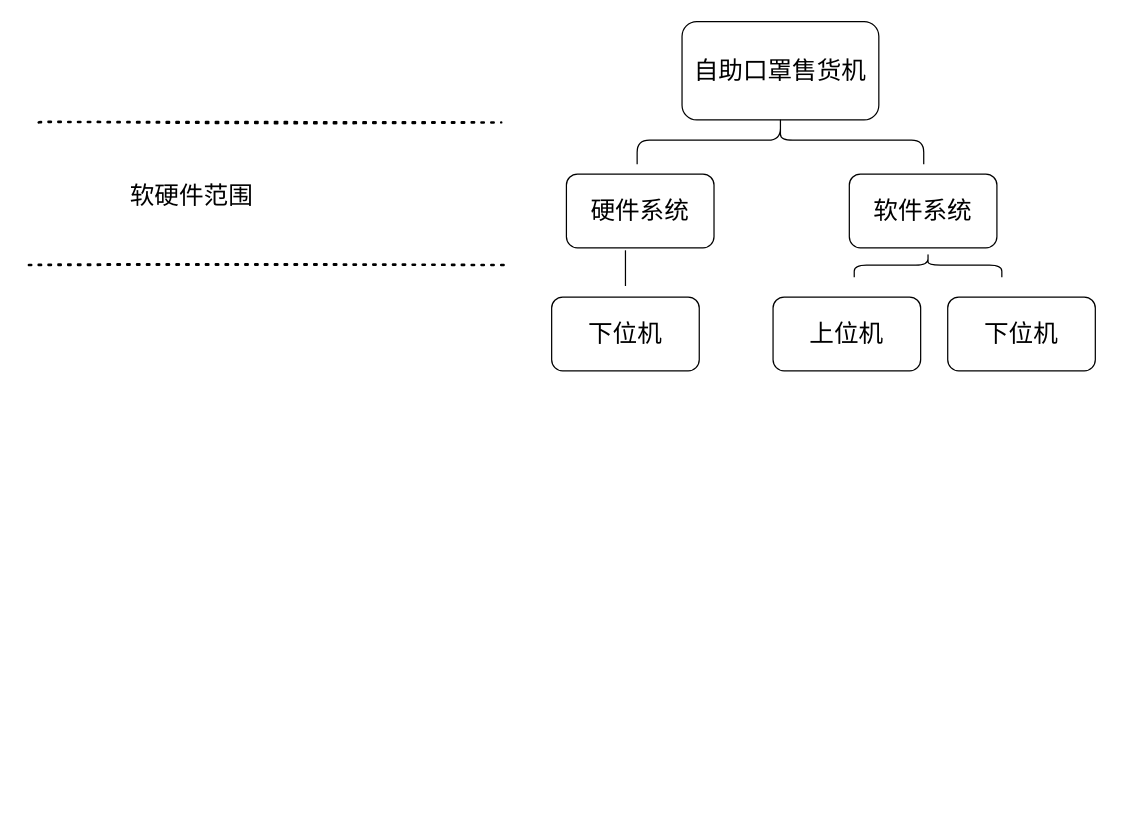
The draw.io diagram 系统模块图.drawio in overjoyedaccckbuby/-, before the edit. Source tidied: cells renumbered, new cells numbered last; positions are measured from the earlier drawing's top-left corner, leaving out a move shared by most shapes. Both pictures are drawn from the tidied source at 123%, with x=0, y=0 at pixel (28, -4).
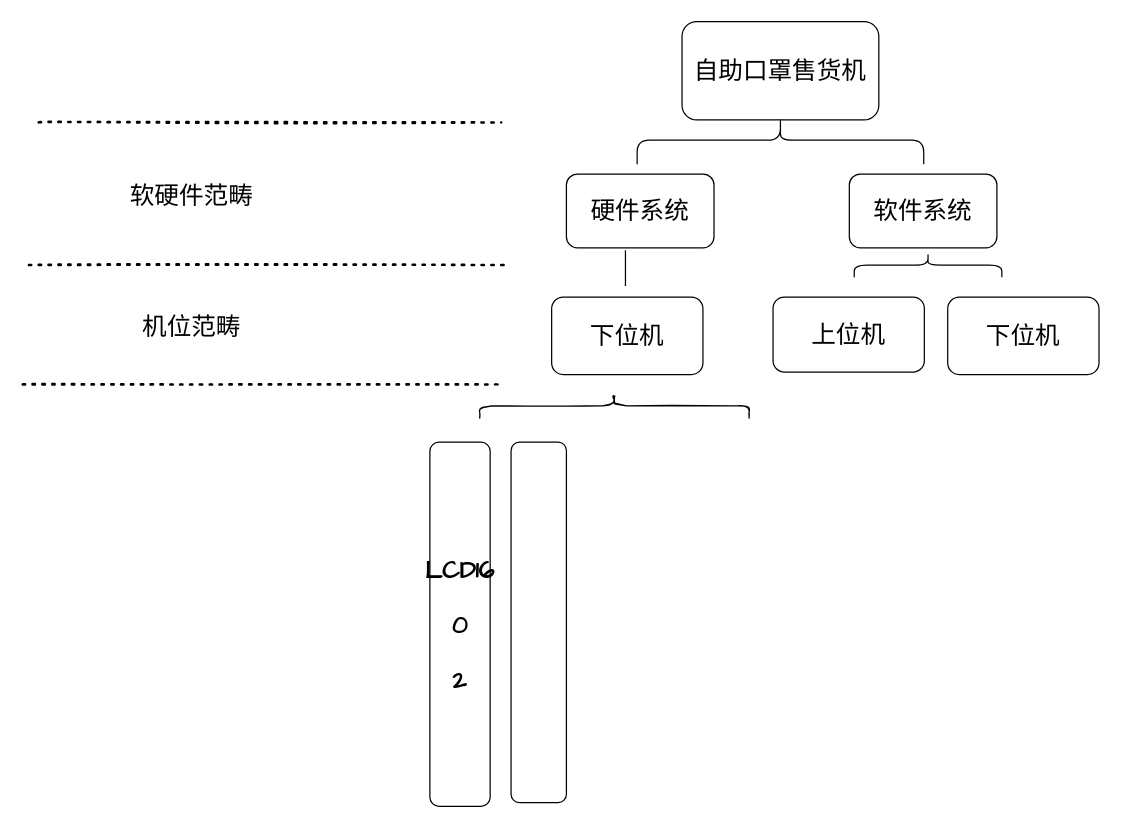
Above is the later version.

Commit message (it also covers changes not shown here):
更新系统模块图.drawio

Diff of the diagram source:
```diff
@@
     <mxCell id="6" value="下位机" style="rounded=1;whiteSpace=wrap;html=1;sketch=0;hachureGap=4;fontFamily=Architects Daughter;fontSize=20;" parent="1" vertex="1">
-      <mxGeometry x="425" y="244" width="120" height="60" as="geometry" />
+      <mxGeometry x="425" y="244" width="123" height="63" as="geometry" />
     </mxCell>
@@
-    <mxCell id="9" value="软硬件范围" style="text;html=1;align=center;verticalAlign=middle;strokeColor=none;rounded=1;sketch=0;hachureGap=4;fontFamily=Architects Daughter;fontSize=20;" parent="1" vertex="1">
+    <mxCell id="9" value="软硬件范畴" style="text;html=1;align=center;verticalAlign=middle;strokeColor=none;rounded=1;sketch=0;hachureGap=4;fontFamily=Architects Daughter;fontSize=20;" parent="1" vertex="1">
       <mxGeometry x="77" y="148" width="110" height="27" as="geometry" />
     </mxCell>
     <mxCell id="10" value="上位机" style="rounded=1;whiteSpace=wrap;html=1;sketch=0;hachureGap=4;fontFamily=Architects Daughter;fontSize=20;" parent="1" vertex="1">
-      <mxGeometry x="605" y="244" width="120" height="60" as="geometry" />
+      <mxGeometry x="605" y="244" width="123" height="61" as="geometry" />
     </mxCell>
     <mxCell id="11" value="下位机" style="rounded=1;whiteSpace=wrap;html=1;sketch=0;hachureGap=4;fontFamily=Architects Daughter;fontSize=20;" parent="1" vertex="1">
-      <mxGeometry x="747" y="244" width="120" height="60" as="geometry" />
+      <mxGeometry x="747" y="244" width="123" height="63" as="geometry" />
     </mxCell>
@@
+    <mxCell id="14" style="endArrow=none;dashed=1;html=1;dashPattern=1 3;strokeWidth=2;rounded=0;sketch=1;fontFamily=Architects Daughter;fontSize=20;startSize=14;endSize=14;sourcePerimeterSpacing=8;targetPerimeterSpacing=8;edgeStyle=none;curved=1;" parent="1" edge="1">
+      <mxGeometry relative="1" as="geometry">
+        <mxPoint x="-5" y="315" as="sourcePoint" />
+        <mxPoint x="383" y="315" as="targetPoint" />
+      </mxGeometry>
+    </mxCell>
+    <mxCell id="15" value="机位范畴" style="text;html=1;align=center;verticalAlign=middle;strokeColor=none;rounded=1;sketch=0;hachureGap=4;fontFamily=Architects Daughter;fontSize=20;" parent="1" vertex="1">
+      <mxGeometry x="87" y="254" width="90" height="27" as="geometry" />
+    </mxCell>
+    <mxCell id="16" style="shape=curlyBracket;whiteSpace=wrap;html=1;rounded=1;flipH=1;sketch=1;hachureGap=4;fontFamily=Architects Daughter;fontSize=20;strokeWidth=1;rotation=-90;" parent="1" vertex="1">
+      <mxGeometry x="466" y="223" width="20" height="219" as="geometry" />
+    </mxCell>
+    <mxCell id="17" value="&lt;p style=&quot;line-height: 130%&quot;&gt;&lt;b&gt;L&lt;/b&gt;&lt;b&gt;C&lt;/b&gt;&lt;b&gt;D&lt;/b&gt;&lt;b&gt;1&lt;/b&gt;&lt;b&gt;6&lt;/b&gt;&lt;/p&gt;&lt;p&gt;&lt;b&gt;0&lt;/b&gt;&lt;/p&gt;&lt;p&gt;&lt;b&gt;2&lt;/b&gt;&lt;/p&gt;" style="rounded=1;whiteSpace=wrap;html=1;sketch=0;hachureGap=4;fontFamily=Architects Daughter;fontSize=20;strokeWidth=1;" parent="1" vertex="1">
+      <mxGeometry x="326" y="362" width="49" height="296" as="geometry" />
+    </mxCell>
+    <mxCell id="18" style="rounded=1;whiteSpace=wrap;html=1;sketch=0;hachureGap=4;fontFamily=Architects Daughter;fontSize=20;strokeWidth=1;" parent="1" vertex="1">
+      <mxGeometry x="392" y="362" width="45" height="293" as="geometry" />
+    </mxCell>
```
